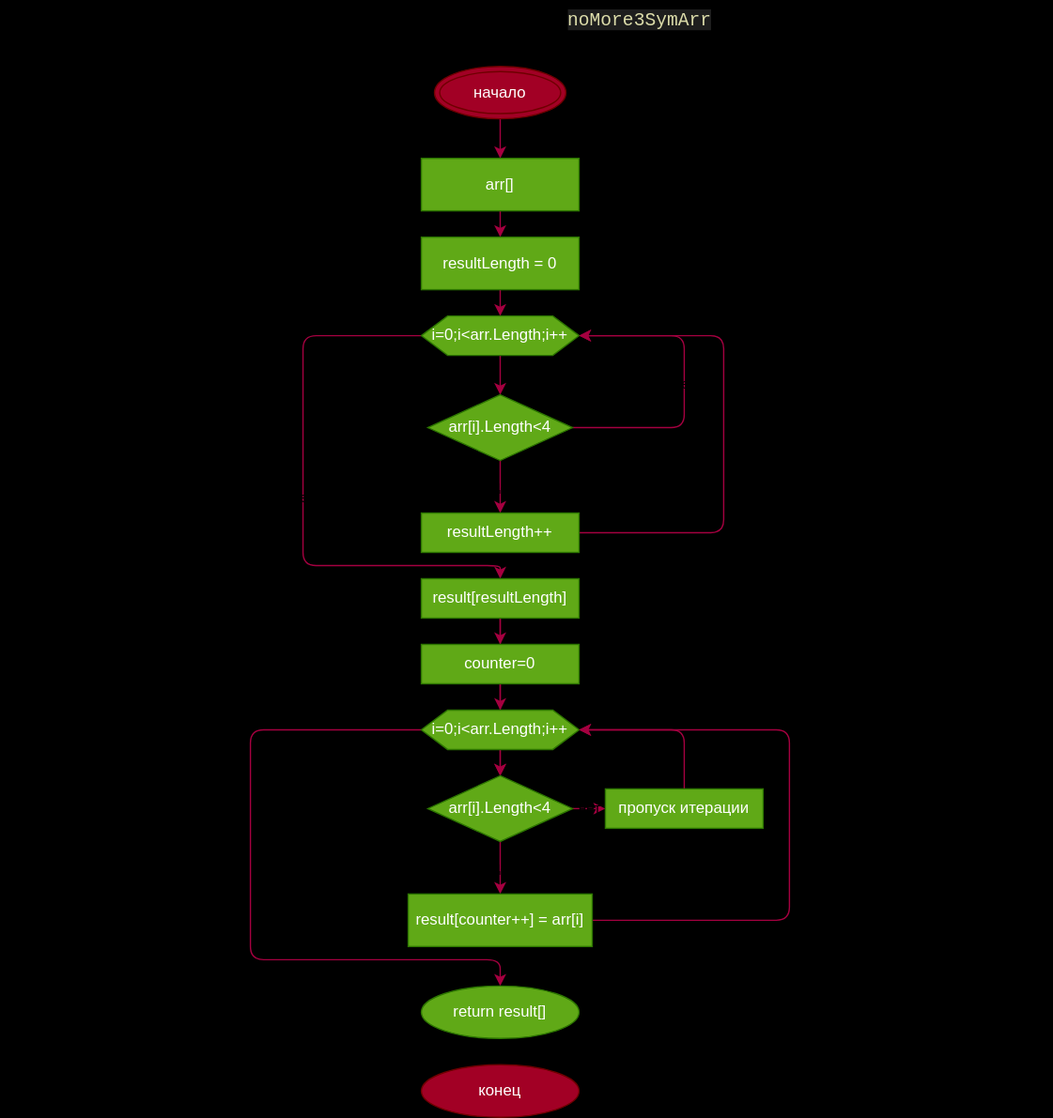
This is Diagram/noMore3SymArr.drawio.svg from Zhurabas/FinalWork, a draw.io export, as it was before one commit. Source tidied: cells renumbered, new cells last; positions are measured from the earlier drawing's top-left corner, leaving out a move shared by most shapes.
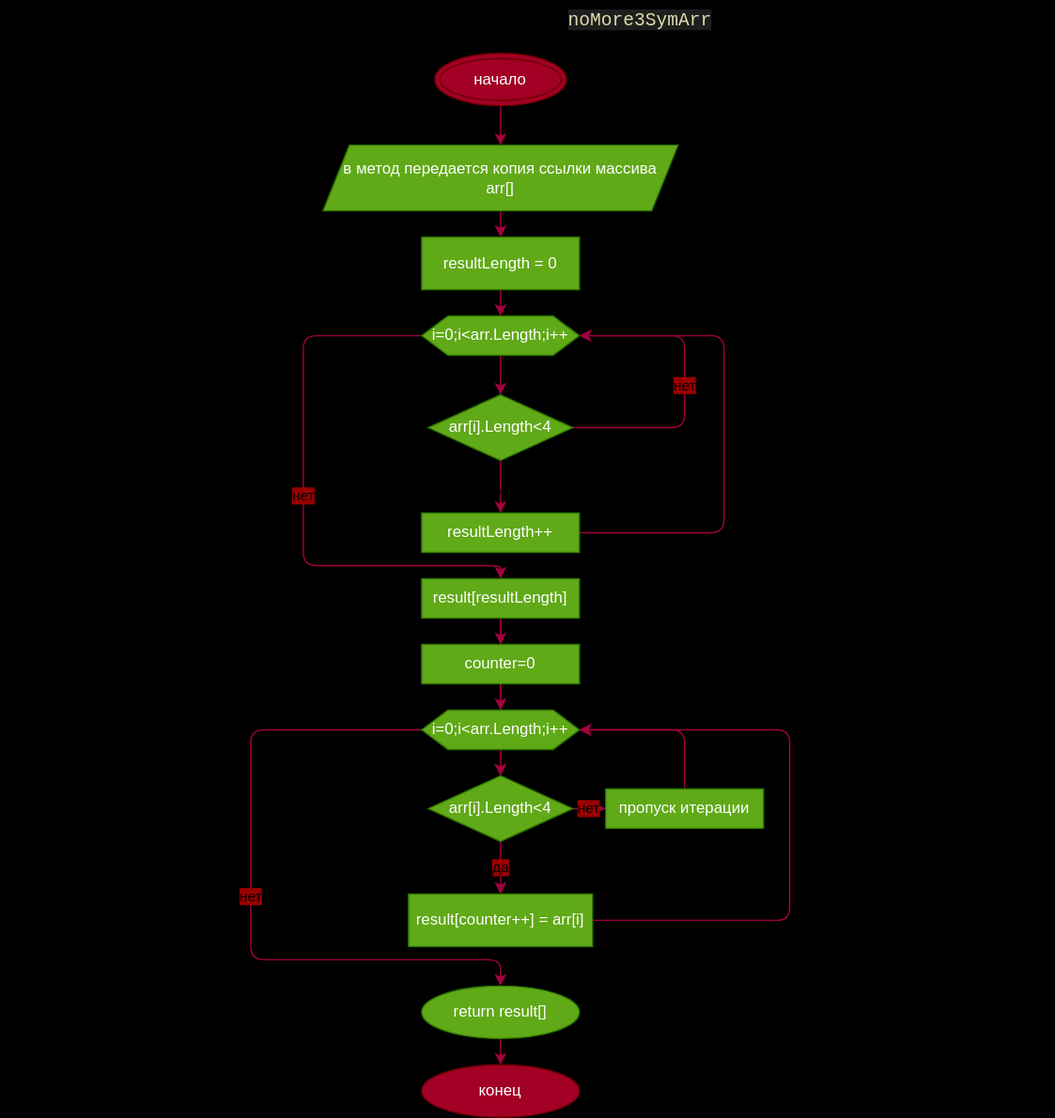
Above is the later version.

Commit message:
поправил блок-схему алгоритма метода noMore3SymArr (тип блока arr[])

What changed in the source:
```diff
@@ -7,18 +7,12 @@
         <mxGeometry width="800" height="30" as="geometry" />
       </mxCell>
     </object>
-    <mxCell id="3" style="edgeStyle=none;html=1;entryX=0.5;entryY=0;entryDx=0;entryDy=0;fillColor=#d80073;strokeColor=#A50040;" parent="1" edge="1" source="4" target="6">
-      <mxGeometry relative="1" as="geometry" />
-    </mxCell>
+    <mxCell id="36" style="edgeStyle=none;html=1;labelBackgroundColor=#990000;fontColor=#CC0000;fillColor=#d80073;strokeColor=#A50040;" parent="1" edge="1" source="4" target="38">
+      <mxGeometry relative="1" as="geometry" />
+    </mxCell>
     <mxCell id="4" value="начало" style="ellipse;shape=doubleEllipse;whiteSpace=wrap;html=1;fillColor=#a20025;strokeColor=#6F0000;fontColor=#ffffff;" parent="1" vertex="1">
-      <mxGeometry x="330" y="50" width="100" height="40" as="geometry" />
+      <mxGeometry x="330" y="40" width="100" height="40" as="geometry" />
     </mxCell>
-    <mxCell id="5" style="edgeStyle=none;html=1;fillColor=#d80073;strokeColor=#A50040;" parent="1" edge="1" source="6" target="8">
-      <mxGeometry relative="1" as="geometry" />
-    </mxCell>
-    <mxCell id="6" value="arr[]" style="rounded=0;whiteSpace=wrap;html=1;fillColor=#60a917;fontColor=#ffffff;strokeColor=#2D7600;" parent="1" vertex="1">
-      <mxGeometry x="320" y="120" width="120" height="40" as="geometry" />
-    </mxCell>
     <mxCell id="7" style="edgeStyle=none;html=1;fillColor=#d80073;strokeColor=#A50040;" parent="1" edge="1" source="8" target="11">
       <mxGeometry relative="1" as="geometry" />
     </mxCell>
@@ -28,7 +22,7 @@
     <mxCell id="9" style="edgeStyle=none;html=1;fillColor=#d80073;strokeColor=#A50040;" parent="1" edge="1" source="11" target="14">
       <mxGeometry relative="1" as="geometry" />
     </mxCell>
-    <mxCell id="10" value="нет" style="edgeStyle=none;html=1;entryX=0.5;entryY=0;entryDx=0;entryDy=0;fillColor=#d80073;strokeColor=#A50040;labelBackgroundColor=none;" parent="1" edge="1" source="11" target="19">
+    <mxCell id="10" value="нет" style="edgeStyle=none;html=1;entryX=0.5;entryY=0;entryDx=0;entryDy=0;fillColor=#d80073;strokeColor=#A50040;labelBackgroundColor=#990000;" parent="1" edge="1" source="11" target="19">
       <mxGeometry relative="1" as="geometry">
         <Array as="points">
           <mxPoint x="230" y="255" />
@@ -47,7 +41,7 @@
         </Array>
       </mxGeometry>
     </mxCell>
-    <mxCell id="13" value="нет" style="edgeStyle=none;html=1;entryX=1;entryY=0.5;entryDx=0;entryDy=0;exitX=1;exitY=0.5;exitDx=0;exitDy=0;fillColor=#d80073;strokeColor=#A50040;labelBackgroundColor=none;" parent="1" edge="1" source="14" target="11">
+    <mxCell id="13" value="нет" style="edgeStyle=none;html=1;entryX=1;entryY=0.5;entryDx=0;entryDy=0;exitX=1;exitY=0.5;exitDx=0;exitDy=0;fillColor=#d80073;strokeColor=#A50040;labelBackgroundColor=#990000;" parent="1" edge="1" source="14" target="11">
       <mxGeometry relative="1" as="geometry">
         <Array as="points">
           <mxPoint x="520" y="325" />
@@ -90,7 +84,7 @@
     <mxCell id="23" style="edgeStyle=none;html=1;exitX=0.5;exitY=1;exitDx=0;exitDy=0;entryX=0.5;entryY=0;entryDx=0;entryDy=0;fillColor=#d80073;strokeColor=#A50040;" parent="1" edge="1" source="25" target="28">
       <mxGeometry relative="1" as="geometry" />
     </mxCell>
-    <mxCell id="24" style="edgeStyle=none;html=1;entryX=0.5;entryY=0;entryDx=0;entryDy=0;fillColor=#d80073;strokeColor=#A50040;" parent="1" edge="1" source="25" target="34">
+    <mxCell id="24" value="нет" style="edgeStyle=none;html=1;entryX=0.5;entryY=0;entryDx=0;entryDy=0;fillColor=#d80073;strokeColor=#A50040;labelBackgroundColor=#990000;" parent="1" edge="1" source="25" target="34">
       <mxGeometry relative="1" as="geometry">
         <Array as="points">
           <mxPoint x="190" y="555" />
@@ -102,10 +96,10 @@
     <mxCell id="25" value="i=0;i&amp;lt;arr.Length;i++" style="shape=hexagon;perimeter=hexagonPerimeter2;whiteSpace=wrap;html=1;fixedSize=1;fillColor=#60a917;fontColor=#ffffff;strokeColor=#2D7600;" parent="1" vertex="1">
       <mxGeometry x="320" y="540" width="120" height="30" as="geometry" />
     </mxCell>
-    <mxCell id="26" value="да" style="edgeStyle=none;html=1;fillColor=#d80073;strokeColor=#A50040;labelBackgroundColor=none;fontColor=default;" parent="1" edge="1" source="28" target="30">
+    <mxCell id="26" value="да" style="edgeStyle=none;html=1;fillColor=#d80073;strokeColor=#A50040;labelBackgroundColor=#990000;fontColor=default;" parent="1" edge="1" source="28" target="30">
       <mxGeometry relative="1" as="geometry" />
     </mxCell>
-    <mxCell id="27" value="нет" style="edgeStyle=none;html=1;fillColor=#d80073;strokeColor=#A50040;labelBackgroundColor=none;" parent="1" edge="1" source="28" target="32">
+    <mxCell id="27" value="нет" style="edgeStyle=none;html=1;fillColor=#d80073;strokeColor=#A50040;labelBackgroundColor=#990000;" parent="1" edge="1" source="28" target="32">
       <mxGeometry relative="1" as="geometry" />
     </mxCell>
     <mxCell id="28" value="arr[i].Length&amp;lt;4" style="rhombus;whiteSpace=wrap;html=1;fillColor=#60a917;fontColor=#ffffff;strokeColor=#2D7600;" parent="1" vertex="1">
@@ -133,7 +127,7 @@
     <mxCell id="32" value="пропуск итерации" style="rounded=0;whiteSpace=wrap;html=1;fillColor=#60a917;fontColor=#ffffff;strokeColor=#2D7600;" parent="1" vertex="1">
       <mxGeometry x="460" y="600" width="120" height="30" as="geometry" />
     </mxCell>
-    <mxCell id="33" style="edgeStyle=none;html=1;" parent="1" edge="1" source="34" target="35">
+    <mxCell id="33" style="edgeStyle=none;html=1;fillColor=#d80073;strokeColor=#A50040;" parent="1" edge="1" source="34" target="35">
       <mxGeometry relative="1" as="geometry" />
     </mxCell>
     <mxCell id="34" value="return result[]" style="ellipse;whiteSpace=wrap;html=1;fillColor=#60a917;fontColor=#ffffff;strokeColor=#2D7600;" parent="1" vertex="1">
@@ -142,5 +136,11 @@
     <mxCell id="35" value="конец" style="ellipse;whiteSpace=wrap;html=1;fillColor=#a20025;fontColor=#ffffff;strokeColor=#6F0000;" parent="1" vertex="1">
       <mxGeometry x="320" y="810" width="120" height="40" as="geometry" />
     </mxCell>
+    <mxCell id="37" style="edgeStyle=none;html=1;entryX=0.5;entryY=0;entryDx=0;entryDy=0;labelBackgroundColor=#990000;fontColor=#CC0000;fillColor=#d80073;strokeColor=#A50040;" parent="1" edge="1" source="38" target="8">
+      <mxGeometry relative="1" as="geometry" />
+    </mxCell>
+    <mxCell id="38" value="&lt;font color=&quot;#ffffff&quot;&gt;в метод передается копия ссылки массива&lt;/font&gt;&lt;br&gt;&lt;font color=&quot;#ffffff&quot;&gt;arr[]&lt;/font&gt;" style="shape=parallelogram;perimeter=parallelogramPerimeter;whiteSpace=wrap;html=1;fixedSize=1;fontColor=#ffffff;labelBackgroundColor=none;fillColor=#60a917;strokeColor=#2D7600;" parent="1" vertex="1">
+      <mxGeometry x="245" y="110" width="270" height="50" as="geometry" />
+    </mxCell>
   </root>
 </mxGraphModel>
```
